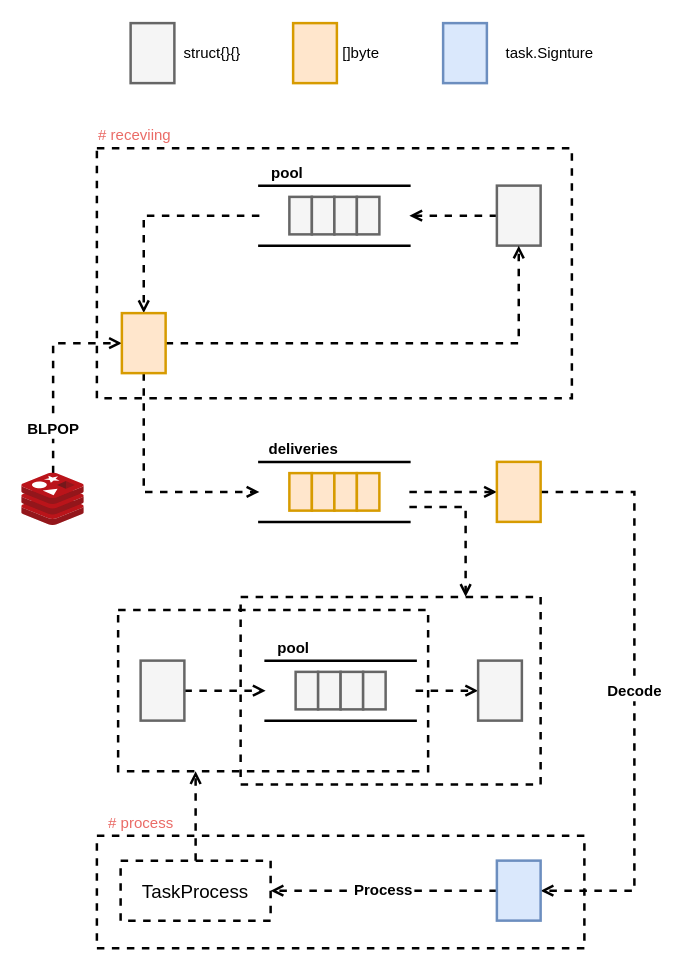
Earlier version of the draw.io diagram page "StartComsuming" (4 of 6) of schedule/machinery.drawio (dovics/draw.io). Source tidied: cells renumbered, new cells numbered last; positions are measured from the earlier drawing's top-left corner, leaving out a move shared by most shapes. Both pictures are drawn from the tidied source at 125%, with x=0, y=0 at pixel (21, 22).
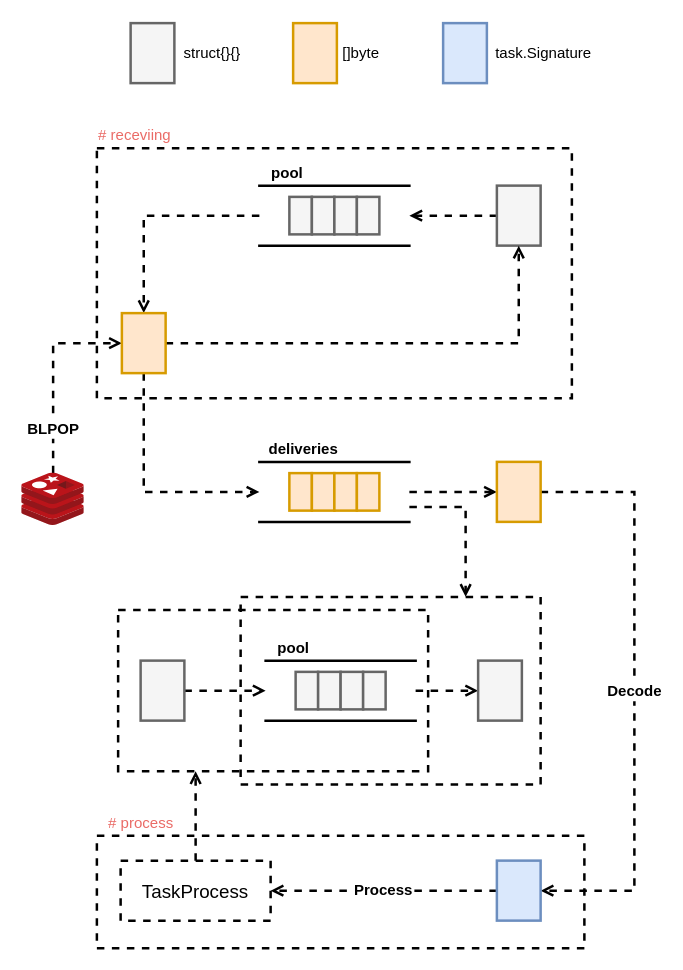
The same page after the edit.

What changed in the source:
```diff
@@
-    <mxCell id="48" value="task.Signture" style="text;html=1;align=center;verticalAlign=middle;strokeColor=none;fillColor=none;fontSize=12;" parent="1" vertex="1">
-      <mxGeometry x="377" y="14" width="90" height="20" as="geometry" />
+    <mxCell id="48" value="task.Signature" style="text;html=1;align=center;verticalAlign=middle;strokeColor=none;fillColor=none;fontSize=12;" parent="1" vertex="1">
+      <mxGeometry x="372" y="14" width="90" height="20" as="geometry" />
     </mxCell>
```
